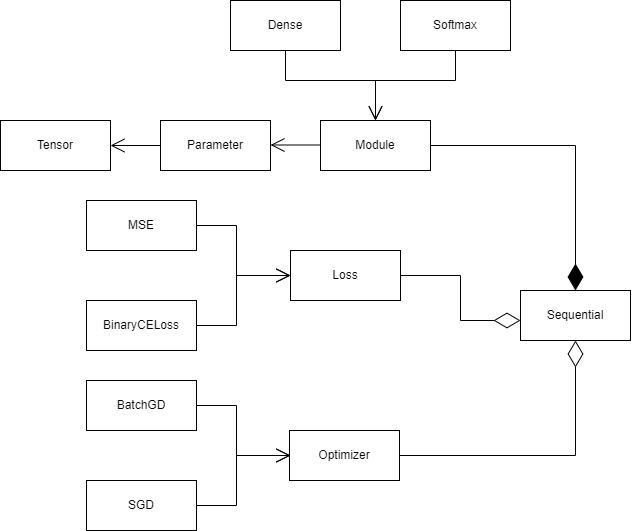
This is images/NNUML(simple) (2).png from edgar-maddocks/NEA, a draw.io export, as it was before one commit. Source tidied: cells renumbered, new cells last; positions are measured from the earlier drawing's top-left corner, leaving out a move shared by most shapes. The source it was exported from:
```xml
<mxGraphModel>
  <root>
    <mxCell id="0" />
    <mxCell id="1" parent="0" />
    <mxCell id="2" value="Tensor" style="html=1;whiteSpace=wrap;" parent="1" vertex="1">
      <mxGeometry y="120" width="110" height="50" as="geometry" />
    </mxCell>
    <mxCell id="3" value="Parameter" style="html=1;whiteSpace=wrap;" parent="1" vertex="1">
      <mxGeometry x="160" y="120" width="110" height="50" as="geometry" />
    </mxCell>
    <mxCell id="4" value="Module" style="html=1;whiteSpace=wrap;" parent="1" vertex="1">
      <mxGeometry x="320" y="120" width="110" height="50" as="geometry" />
    </mxCell>
    <mxCell id="5" style="endArrow=open;endFill=1;endSize=12;html=1;rounded=0;exitX=0;exitY=0.5;exitDx=0;exitDy=0;entryX=1;entryY=0.5;entryDx=0;entryDy=0;" parent="1" edge="1" source="3" target="2">
      <mxGeometry relative="1" as="geometry" />
    </mxCell>
    <mxCell id="6" style="endArrow=open;endFill=1;endSize=12;html=1;rounded=0;exitX=0;exitY=0.5;exitDx=0;exitDy=0;entryX=1;entryY=0.5;entryDx=0;entryDy=0;" parent="1" edge="1">
      <mxGeometry relative="1" as="geometry">
        <mxPoint x="320" y="144.5" as="sourcePoint" />
        <mxPoint x="270" y="144.5" as="targetPoint" />
      </mxGeometry>
    </mxCell>
    <mxCell id="7" value="MSE" style="html=1;whiteSpace=wrap;" parent="1" vertex="1">
      <mxGeometry x="86" y="200" width="110" height="50" as="geometry" />
    </mxCell>
    <mxCell id="8" value="Loss" style="html=1;whiteSpace=wrap;" parent="1" vertex="1">
      <mxGeometry x="290" y="250" width="110" height="50" as="geometry" />
    </mxCell>
    <mxCell id="9" value="BinaryCELoss" style="html=1;whiteSpace=wrap;" parent="1" vertex="1">
      <mxGeometry x="86" y="300" width="110" height="50" as="geometry" />
    </mxCell>
    <mxCell id="10" style="endArrow=open;endFill=1;endSize=12;html=1;rounded=0;exitX=1;exitY=0.5;exitDx=0;exitDy=0;entryX=0;entryY=0.5;entryDx=0;entryDy=0;" parent="1" edge="1" source="7" target="8">
      <mxGeometry relative="1" as="geometry">
        <Array as="points">
          <mxPoint x="236" y="225" />
          <mxPoint x="236" y="275" />
        </Array>
      </mxGeometry>
    </mxCell>
    <mxCell id="11" style="endArrow=open;endFill=1;endSize=12;html=1;rounded=0;exitX=1;exitY=0.5;exitDx=0;exitDy=0;entryX=0;entryY=0.5;entryDx=0;entryDy=0;" parent="1" edge="1" source="9" target="8">
      <mxGeometry relative="1" as="geometry">
        <Array as="points">
          <mxPoint x="236" y="325" />
          <mxPoint x="236" y="275" />
        </Array>
      </mxGeometry>
    </mxCell>
    <mxCell id="12" value="Optimizer" style="html=1;whiteSpace=wrap;" parent="1" vertex="1">
      <mxGeometry x="289" y="430" width="110" height="50" as="geometry" />
    </mxCell>
    <mxCell id="13" value="BatchGD" style="html=1;whiteSpace=wrap;" parent="1" vertex="1">
      <mxGeometry x="86" y="380" width="110" height="50" as="geometry" />
    </mxCell>
    <mxCell id="14" value="SGD" style="html=1;whiteSpace=wrap;" parent="1" vertex="1">
      <mxGeometry x="86" y="480" width="110" height="50" as="geometry" />
    </mxCell>
    <mxCell id="15" style="endArrow=open;endFill=1;endSize=12;html=1;rounded=0;exitX=1;exitY=0.5;exitDx=0;exitDy=0;entryX=0;entryY=0.5;entryDx=0;entryDy=0;" parent="1" edge="1">
      <mxGeometry relative="1" as="geometry">
        <mxPoint x="196" y="405" as="sourcePoint" />
        <mxPoint x="290" y="455" as="targetPoint" />
        <Array as="points">
          <mxPoint x="236" y="405" />
          <mxPoint x="236" y="455" />
        </Array>
      </mxGeometry>
    </mxCell>
    <mxCell id="16" style="endArrow=open;endFill=1;endSize=12;html=1;rounded=0;exitX=1;exitY=0.5;exitDx=0;exitDy=0;entryX=0;entryY=0.5;entryDx=0;entryDy=0;" parent="1" edge="1">
      <mxGeometry relative="1" as="geometry">
        <mxPoint x="196" y="505" as="sourcePoint" />
        <mxPoint x="290" y="455" as="targetPoint" />
        <Array as="points">
          <mxPoint x="236" y="505" />
          <mxPoint x="236" y="455" />
        </Array>
      </mxGeometry>
    </mxCell>
    <mxCell id="17" value="Sequential" style="html=1;whiteSpace=wrap;" parent="1" vertex="1">
      <mxGeometry x="520" y="290" width="110" height="50" as="geometry" />
    </mxCell>
    <mxCell id="18" value="Dense" style="html=1;whiteSpace=wrap;" parent="1" vertex="1">
      <mxGeometry x="230" width="110" height="50" as="geometry" />
    </mxCell>
    <mxCell id="19" style="endArrow=open;endFill=1;endSize=12;html=1;rounded=0;entryX=0.5;entryY=0;entryDx=0;entryDy=0;" parent="1" edge="1" target="4">
      <mxGeometry relative="1" as="geometry">
        <mxPoint x="285" y="50" as="sourcePoint" />
        <Array as="points">
          <mxPoint x="285" y="80" />
          <mxPoint x="375" y="80" />
        </Array>
      </mxGeometry>
    </mxCell>
    <mxCell id="20" value="Softmax" style="html=1;whiteSpace=wrap;" parent="1" vertex="1">
      <mxGeometry x="400" width="110" height="50" as="geometry" />
    </mxCell>
    <mxCell id="21" style="endArrow=open;endFill=1;endSize=12;html=1;rounded=0;entryX=0.5;entryY=0;entryDx=0;entryDy=0;exitX=0.5;exitY=1;exitDx=0;exitDy=0;" parent="1" edge="1" source="20" target="4">
      <mxGeometry relative="1" as="geometry">
        <Array as="points">
          <mxPoint x="455" y="80" />
          <mxPoint x="375" y="80" />
        </Array>
      </mxGeometry>
    </mxCell>
    <mxCell id="22" style="endArrow=diamondThin;endFill=1;endSize=24;html=1;rounded=0;entryX=0.5;entryY=0;entryDx=0;entryDy=0;exitX=1;exitY=0.5;exitDx=0;exitDy=0;" parent="1" edge="1" source="4" target="17">
      <mxGeometry relative="1" as="geometry">
        <Array as="points">
          <mxPoint x="575" y="145" />
        </Array>
      </mxGeometry>
    </mxCell>
    <mxCell id="23" style="endArrow=diamondThin;endFill=0;endSize=24;html=1;rounded=0;exitX=1;exitY=0.5;exitDx=0;exitDy=0;" parent="1" edge="1" source="8">
      <mxGeometry relative="1" as="geometry">
        <mxPoint x="520" y="320" as="targetPoint" />
        <Array as="points">
          <mxPoint x="460" y="275" />
          <mxPoint x="460" y="320" />
        </Array>
      </mxGeometry>
    </mxCell>
    <mxCell id="24" style="endArrow=diamondThin;endFill=0;endSize=24;html=1;rounded=0;exitX=1;exitY=0.5;exitDx=0;exitDy=0;entryX=0.5;entryY=1;entryDx=0;entryDy=0;" parent="1" edge="1" source="12" target="17">
      <mxGeometry relative="1" as="geometry">
        <Array as="points">
          <mxPoint x="575" y="455" />
        </Array>
      </mxGeometry>
    </mxCell>
  </root>
</mxGraphModel>
```
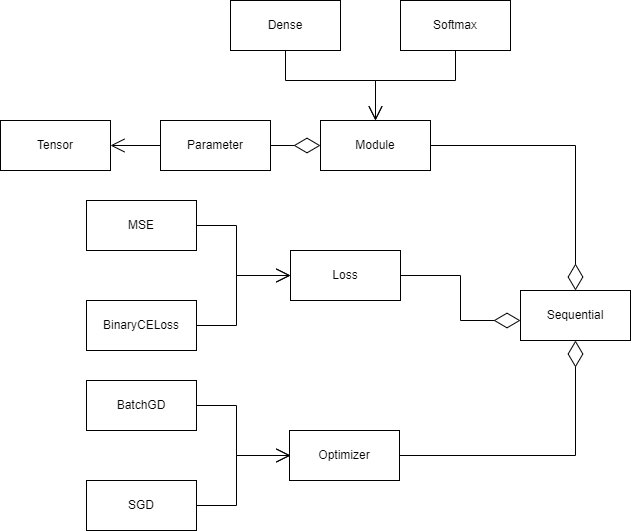
Later version of the same file.

Change to the diagram source:
```diff
@@ -14,12 +14,6 @@
     <mxCell id="5" style="endArrow=open;endFill=1;endSize=12;html=1;rounded=0;exitX=0;exitY=0.5;exitDx=0;exitDy=0;entryX=1;entryY=0.5;entryDx=0;entryDy=0;" parent="1" edge="1" source="3" target="2">
       <mxGeometry relative="1" as="geometry" />
     </mxCell>
-    <mxCell id="6" style="endArrow=open;endFill=1;endSize=12;html=1;rounded=0;exitX=0;exitY=0.5;exitDx=0;exitDy=0;entryX=1;entryY=0.5;entryDx=0;entryDy=0;" parent="1" edge="1">
-      <mxGeometry relative="1" as="geometry">
-        <mxPoint x="320" y="144.5" as="sourcePoint" />
-        <mxPoint x="270" y="144.5" as="targetPoint" />
-      </mxGeometry>
-    </mxCell>
     <mxCell id="7" value="MSE" style="html=1;whiteSpace=wrap;" parent="1" vertex="1">
       <mxGeometry x="86" y="200" width="110" height="50" as="geometry" />
     </mxCell>
@@ -100,13 +94,6 @@
         </Array>
       </mxGeometry>
     </mxCell>
-    <mxCell id="22" style="endArrow=diamondThin;endFill=1;endSize=24;html=1;rounded=0;entryX=0.5;entryY=0;entryDx=0;entryDy=0;exitX=1;exitY=0.5;exitDx=0;exitDy=0;" parent="1" edge="1" source="4" target="17">
-      <mxGeometry relative="1" as="geometry">
-        <Array as="points">
-          <mxPoint x="575" y="145" />
-        </Array>
-      </mxGeometry>
-    </mxCell>
     <mxCell id="23" style="endArrow=diamondThin;endFill=0;endSize=24;html=1;rounded=0;exitX=1;exitY=0.5;exitDx=0;exitDy=0;" parent="1" edge="1" source="8">
       <mxGeometry relative="1" as="geometry">
         <mxPoint x="520" y="320" as="targetPoint" />
@@ -123,5 +110,15 @@
         </Array>
       </mxGeometry>
     </mxCell>
+    <mxCell id="22" style="endArrow=diamondThin;endFill=0;endSize=24;html=1;rounded=0;exitX=1;exitY=0.5;exitDx=0;exitDy=0;entryX=0.5;entryY=0;entryDx=0;entryDy=0;" parent="1" edge="1" source="4" target="17">
+      <mxGeometry relative="1" as="geometry">
+        <Array as="points">
+          <mxPoint x="575" y="145" />
+        </Array>
+      </mxGeometry>
+    </mxCell>
+    <mxCell id="25" style="endArrow=diamondThin;endFill=0;endSize=24;html=1;rounded=0;exitX=1;exitY=0.5;exitDx=0;exitDy=0;entryX=0;entryY=0.5;entryDx=0;entryDy=0;" parent="1" edge="1" source="3" target="4">
+      <mxGeometry relative="1" as="geometry" />
+    </mxCell>
   </root>
 </mxGraphModel>
```
